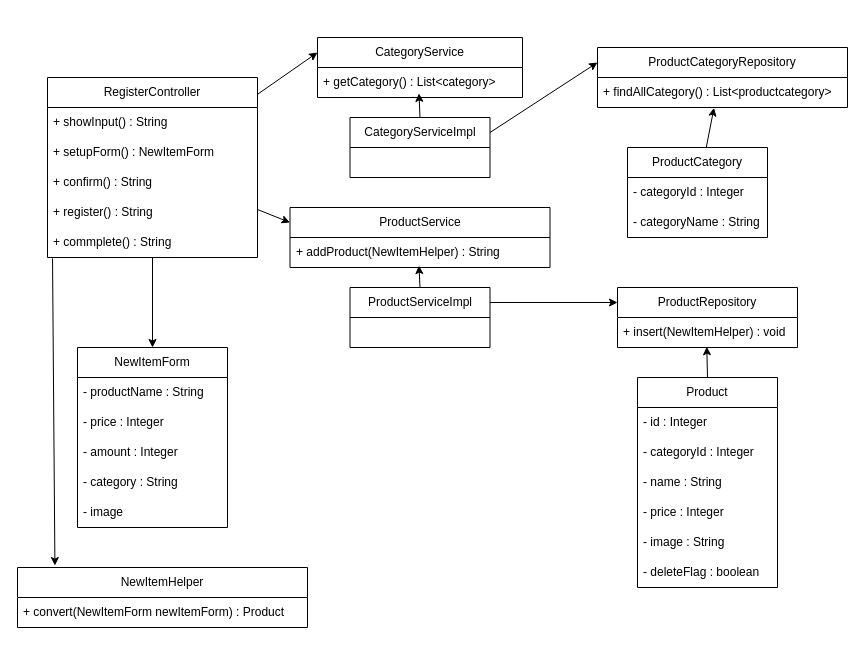
Before: plan/uml/class/dio/UC010.dio in NstecEmp-024/team-dev-spring-boot-ec, a draw.io diagram. Source tidied: cells renumbered, new cells numbered last; positions are measured from the earlier drawing's top-left corner, leaving out a move shared by most shapes. Both pictures are drawn from the tidied source at 100%, with x=0, y=0 at pixel (17, 37).
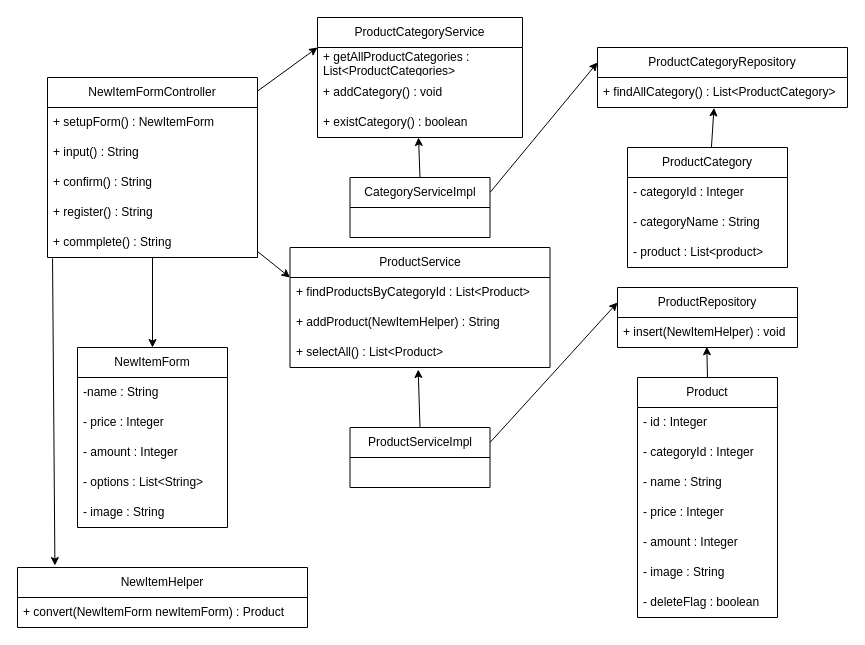
The same diagram, later.

Commit message:
UC010のクラス図の修正

Unchanged cells that the change refers to:
```xml
<mxCell id="10" value="NewItemForm" style="swimlane;fontStyle=0;horizontal=1;startSize=30;whiteSpace=wrap;html=1;" parent="1" vertex="1">
  <mxGeometry x="60" y="310" width="150" height="180" as="geometry" />
</mxCell>
<mxCell id="24" value="ProductCategoryRepository" style="swimlane;fontStyle=0;horizontal=1;startSize=30;whiteSpace=wrap;html=1;" parent="1" vertex="1">
  <mxGeometry x="580" y="10" width="250" height="60" as="geometry" />
</mxCell>
```

The edit, as a diff of the source:
```diff
@@
-    <mxCell id="4" value="&lt;span style=&quot;color: rgb(0, 0, 0);&quot;&gt;Register&lt;/span&gt;Controller" style="swimlane;fontStyle=0;horizontal=1;startSize=30;whiteSpace=wrap;html=1;" parent="1" vertex="1">
+    <mxCell id="4" value="NewItemFormController" style="swimlane;fontStyle=0;horizontal=1;startSize=30;whiteSpace=wrap;html=1;" parent="1" vertex="1">
       <mxGeometry x="30" y="40" width="210" height="180" as="geometry" />
     </mxCell>
-    <mxCell id="5" value="+ showInput() : String" style="text;strokeColor=none;fillColor=none;align=left;verticalAlign=middle;spacingLeft=4;spacingRight=4;overflow=hidden;whiteSpace=wrap;html=1;" parent="4" vertex="1">
-      <mxGeometry y="30" width="210" height="30" as="geometry" />
-    </mxCell>
     <mxCell id="6" value="+ setupForm() : NewItemForm" style="text;strokeColor=none;fillColor=none;align=left;verticalAlign=middle;spacingLeft=4;spacingRight=4;overflow=hidden;whiteSpace=wrap;html=1;" parent="4" vertex="1">
-      <mxGeometry y="60" width="210" height="30" as="geometry" />
+      <mxGeometry y="30" width="210" height="30" as="geometry" />
     </mxCell>
+    <mxCell id="46" value="+ input() : String" style="text;strokeColor=none;fillColor=none;align=left;verticalAlign=middle;spacingLeft=4;spacingRight=4;overflow=hidden;whiteSpace=wrap;html=1;" parent="4" vertex="1">
+      <mxGeometry y="60" width="210" height="30" as="geometry" />
+    </mxCell>
@@
-    <mxCell id="11" value="- productName : String" style="text;strokeColor=none;fillColor=none;align=left;verticalAlign=middle;spacingLeft=4;spacingRight=4;overflow=hidden;whiteSpace=wrap;html=1;" parent="10" vertex="1">
+    <mxCell id="11" value="-name : String" style="text;strokeColor=none;fillColor=none;align=left;verticalAlign=middle;spacingLeft=4;spacingRight=4;overflow=hidden;whiteSpace=wrap;html=1;" parent="10" vertex="1">
       <mxGeometry y="30" width="150" height="30" as="geometry" />
     </mxCell>
@@
-    <mxCell id="14" value="- category : String" style="text;strokeColor=none;fillColor=none;align=left;verticalAlign=middle;spacingLeft=4;spacingRight=4;overflow=hidden;whiteSpace=wrap;html=1;" parent="10" vertex="1">
+    <mxCell id="14" value="- options : List&amp;lt;String&amp;gt;" style="text;strokeColor=none;fillColor=none;align=left;verticalAlign=middle;spacingLeft=4;spacingRight=4;overflow=hidden;whiteSpace=wrap;html=1;" parent="10" vertex="1">
       <mxGeometry y="120" width="150" height="30" as="geometry" />
     </mxCell>
-    <mxCell id="15" value="- image" style="text;strokeColor=none;fillColor=none;align=left;verticalAlign=middle;spacingLeft=4;spacingRight=4;overflow=hidden;whiteSpace=wrap;html=1;" parent="10" vertex="1">
+    <mxCell id="15" value="- image : String" style="text;strokeColor=none;fillColor=none;align=left;verticalAlign=middle;spacingLeft=4;spacingRight=4;overflow=hidden;whiteSpace=wrap;html=1;" parent="10" vertex="1">
       <mxGeometry y="150" width="150" height="30" as="geometry" />
     </mxCell>
@@
-    <mxCell id="19" value="CategoryService" style="swimlane;fontStyle=0;horizontal=1;startSize=30;whiteSpace=wrap;html=1;" parent="1" vertex="1">
-      <mxGeometry x="300" width="205" height="60" as="geometry" />
+    <mxCell id="19" value="ProductCategoryService" style="swimlane;fontStyle=0;horizontal=1;startSize=30;whiteSpace=wrap;html=1;" parent="1" vertex="1">
+      <mxGeometry x="300" y="-20" width="205" height="120" as="geometry" />
     </mxCell>
+    <mxCell id="47" value="+ getAllProductCategories : List&amp;lt;ProductCategories&amp;gt;" style="text;strokeColor=none;fillColor=none;align=left;verticalAlign=middle;spacingLeft=4;spacingRight=4;overflow=hidden;whiteSpace=wrap;html=1;" parent="19" vertex="1">
+      <mxGeometry y="30" width="205" height="30" as="geometry" />
+    </mxCell>
-    <mxCell id="20" value="+ getCategory() : List&amp;lt;category&amp;gt;" style="text;strokeColor=none;fillColor=none;align=left;verticalAlign=middle;spacingLeft=4;spacingRight=4;overflow=hidden;points=[[0,0.5],[1,0.5]];portConstraint=eastwest;whiteSpace=wrap;html=1;" parent="19" vertex="1">
-      <mxGeometry y="30" width="205" height="30" as="geometry" />
+    <mxCell id="20" value="+ addCategory() : void" style="text;strokeColor=none;fillColor=none;align=left;verticalAlign=middle;spacingLeft=4;spacingRight=4;overflow=hidden;points=[[0,0.5],[1,0.5]];portConstraint=eastwest;whiteSpace=wrap;html=1;" parent="19" vertex="1">
+      <mxGeometry y="60" width="205" height="30" as="geometry" />
     </mxCell>
+    <mxCell id="48" value="+ existCategory() : boolean" style="text;strokeColor=none;fillColor=none;align=left;verticalAlign=middle;spacingLeft=4;spacingRight=4;overflow=hidden;whiteSpace=wrap;html=1;" parent="19" vertex="1">
+      <mxGeometry y="90" width="205" height="30" as="geometry" />
+    </mxCell>
@@
     <mxCell id="22" value="ProductService" style="swimlane;fontStyle=0;horizontal=1;startSize=30;whiteSpace=wrap;html=1;" parent="1" vertex="1">
-      <mxGeometry x="272.5" y="170" width="260" height="60" as="geometry" />
+      <mxGeometry x="272.5" y="210" width="260" height="120" as="geometry" />
     </mxCell>
+    <mxCell id="49" value="&lt;span style=&quot;color: rgb(0, 0, 0);&quot;&gt;+ findProductsByCategoryId : List&amp;lt;Product&amp;gt;&lt;/span&gt;" style="text;strokeColor=none;fillColor=none;align=left;verticalAlign=middle;spacingLeft=4;spacingRight=4;overflow=hidden;whiteSpace=wrap;html=1;" parent="22" vertex="1">
+      <mxGeometry y="30" width="260" height="30" as="geometry" />
+    </mxCell>
     <mxCell id="23" value="+ addProduct(NewItemHelper) : String" style="text;strokeColor=none;fillColor=none;align=left;verticalAlign=middle;spacingLeft=4;spacingRight=4;overflow=hidden;points=[[0,0.5],[1,0.5]];portConstraint=eastwest;whiteSpace=wrap;html=1;" parent="22" vertex="1">
-      <mxGeometry y="30" width="260" height="30" as="geometry" />
+      <mxGeometry y="60" width="260" height="30" as="geometry" />
     </mxCell>
+    <mxCell id="50" value="&lt;span style=&quot;color: rgb(0, 0, 0);&quot;&gt;+ selectAll() : List&amp;lt;Product&amp;gt;&lt;/span&gt;" style="text;strokeColor=none;fillColor=none;align=left;verticalAlign=middle;spacingLeft=4;spacingRight=4;overflow=hidden;points=[[0,0.5],[1,0.5]];portConstraint=eastwest;whiteSpace=wrap;html=1;" parent="22" vertex="1">
+      <mxGeometry y="90" width="260" height="30" as="geometry" />
+    </mxCell>
@@
-    <mxCell id="25" value="+ findAllCategory() : List&amp;lt;productcategory&amp;gt;" style="text;strokeColor=none;fillColor=none;align=left;verticalAlign=middle;spacingLeft=4;spacingRight=4;overflow=hidden;points=[[0,0.5],[1,0.5]];portConstraint=eastwest;whiteSpace=wrap;html=1;" parent="24" vertex="1">
+    <mxCell id="25" value="+ findAllCategory() : List&amp;lt;ProductCategory&amp;gt;" style="text;strokeColor=none;fillColor=none;align=left;verticalAlign=middle;spacingLeft=4;spacingRight=4;overflow=hidden;points=[[0,0.5],[1,0.5]];portConstraint=eastwest;whiteSpace=wrap;html=1;" parent="24" vertex="1">
       <mxGeometry y="30" width="250" height="30" as="geometry" />
     </mxCell>
@@
     <mxCell id="28" value="CategoryServiceImpl" style="swimlane;fontStyle=0;horizontal=1;startSize=30;whiteSpace=wrap;html=1;" parent="1" vertex="1">
-      <mxGeometry x="332.5" y="80" width="140" height="60" as="geometry" />
+      <mxGeometry x="332.5" y="140" width="140" height="60" as="geometry" />
     </mxCell>
     <mxCell id="29" value="ProductServiceImpl" style="swimlane;fontStyle=0;horizontal=1;startSize=30;whiteSpace=wrap;html=1;" parent="1" vertex="1">
-      <mxGeometry x="332.5" y="250" width="140" height="60" as="geometry" />
+      <mxGeometry x="332.5" y="390" width="140" height="60" as="geometry" />
     </mxCell>
     <mxCell id="30" value="ProductCategory" style="swimlane;fontStyle=0;horizontal=1;startSize=30;whiteSpace=wrap;html=1;" parent="1" vertex="1">
-      <mxGeometry x="610" y="110" width="140" height="90" as="geometry" />
+      <mxGeometry x="610" y="110" width="160" height="120" as="geometry" />
     </mxCell>
     <mxCell id="31" value="- categoryId : Integer" style="text;strokeColor=none;fillColor=none;align=left;verticalAlign=middle;spacingLeft=4;spacingRight=4;overflow=hidden;whiteSpace=wrap;html=1;" parent="30" vertex="1">
-      <mxGeometry y="30" width="140" height="30" as="geometry" />
+      <mxGeometry y="30" width="160" height="30" as="geometry" />
     </mxCell>
     <mxCell id="32" value="- categoryName : String" style="text;strokeColor=none;fillColor=none;align=left;verticalAlign=middle;spacingLeft=4;spacingRight=4;overflow=hidden;whiteSpace=wrap;html=1;" parent="30" vertex="1">
-      <mxGeometry y="60" width="140" height="30" as="geometry" />
+      <mxGeometry y="60" width="160" height="30" as="geometry" />
     </mxCell>
+    <mxCell id="51" value="- product : List&amp;lt;product&amp;gt;" style="text;strokeColor=none;fillColor=none;align=left;verticalAlign=middle;spacingLeft=4;spacingRight=4;overflow=hidden;whiteSpace=wrap;html=1;" parent="30" vertex="1">
+      <mxGeometry y="90" width="160" height="30" as="geometry" />
+    </mxCell>
     <mxCell id="33" value="Product" style="swimlane;fontStyle=0;horizontal=1;startSize=30;whiteSpace=wrap;html=1;" parent="1" vertex="1">
-      <mxGeometry x="620" y="340" width="140" height="210" as="geometry" />
+      <mxGeometry x="620" y="340" width="140" height="240" as="geometry" />
     </mxCell>
@@
+    <mxCell id="52" value="- amount : Integer" style="text;strokeColor=none;fillColor=none;align=left;verticalAlign=middle;spacingLeft=4;spacingRight=4;overflow=hidden;whiteSpace=wrap;html=1;" parent="33" vertex="1">
+      <mxGeometry y="150" width="140" height="30" as="geometry" />
+    </mxCell>
     <mxCell id="38" value="- image : String" style="text;strokeColor=none;fillColor=none;align=left;verticalAlign=middle;spacingLeft=4;spacingRight=4;overflow=hidden;whiteSpace=wrap;html=1;" parent="33" vertex="1">
-      <mxGeometry y="150" width="140" height="30" as="geometry" />
+      <mxGeometry y="180" width="140" height="30" as="geometry" />
     </mxCell>
     <mxCell id="39" value="- deleteFlag : boolean" style="text;strokeColor=none;fillColor=none;align=left;verticalAlign=middle;spacingLeft=4;spacingRight=4;overflow=hidden;whiteSpace=wrap;html=1;" parent="33" vertex="1">
-      <mxGeometry y="180" width="140" height="30" as="geometry" />
+      <mxGeometry y="210" width="140" height="30" as="geometry" />
     </mxCell>
-    <mxCell id="40" style="edgeStyle=none;html=1;exitX=0.5;exitY=0;exitDx=0;exitDy=0;entryX=0.495;entryY=0.863;entryDx=0;entryDy=0;entryPerimeter=0;" parent="1" edge="1" source="28" target="20">
-      <mxGeometry relative="1" as="geometry" />
+    <mxCell id="40" style="edgeStyle=none;html=1;exitX=0.5;exitY=0;exitDx=0;exitDy=0;" parent="1" edge="1" source="28">
+      <mxGeometry relative="1" as="geometry">
+        <mxPoint x="401" y="100" as="targetPoint" />
+      </mxGeometry>
     </mxCell>
-    <mxCell id="41" style="edgeStyle=none;html=1;exitX=0.5;exitY=0;exitDx=0;exitDy=0;entryX=0.496;entryY=0.937;entryDx=0;entryDy=0;entryPerimeter=0;" parent="1" edge="1" source="29" target="23">
+    <mxCell id="41" style="edgeStyle=none;html=1;exitX=0.5;exitY=0;exitDx=0;exitDy=0;entryX=0.493;entryY=1.067;entryDx=0;entryDy=0;entryPerimeter=0;" parent="1" edge="1" source="29" target="50">
       <mxGeometry relative="1" as="geometry" />
     </mxCell>
```
